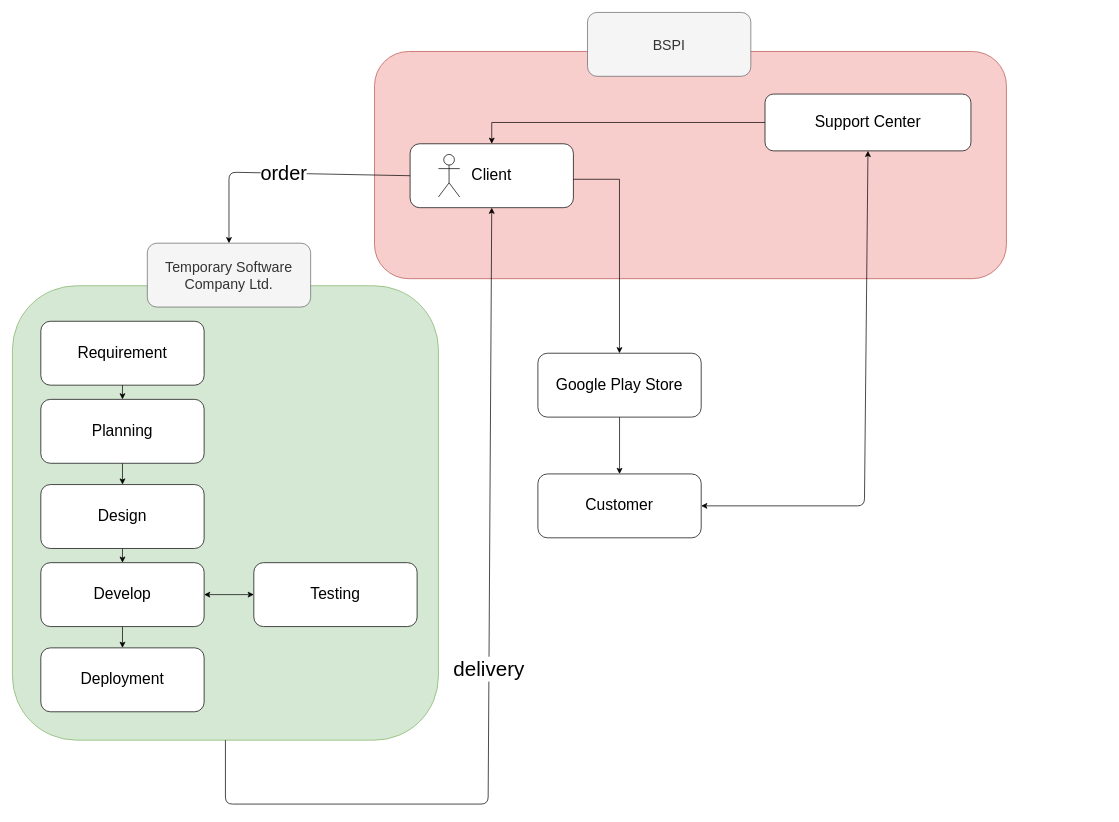
Above: BSPI.drawio in jamilxt/android_workshop_bspi (draw.io), before the change. Source tidied: cells renumbered, new cells numbered last; positions are measured from the earlier drawing's top-left corner, leaving out a move shared by most shapes. Both pictures are drawn from the tidied source at 71%, with x=0, y=0 at pixel (12, 12).
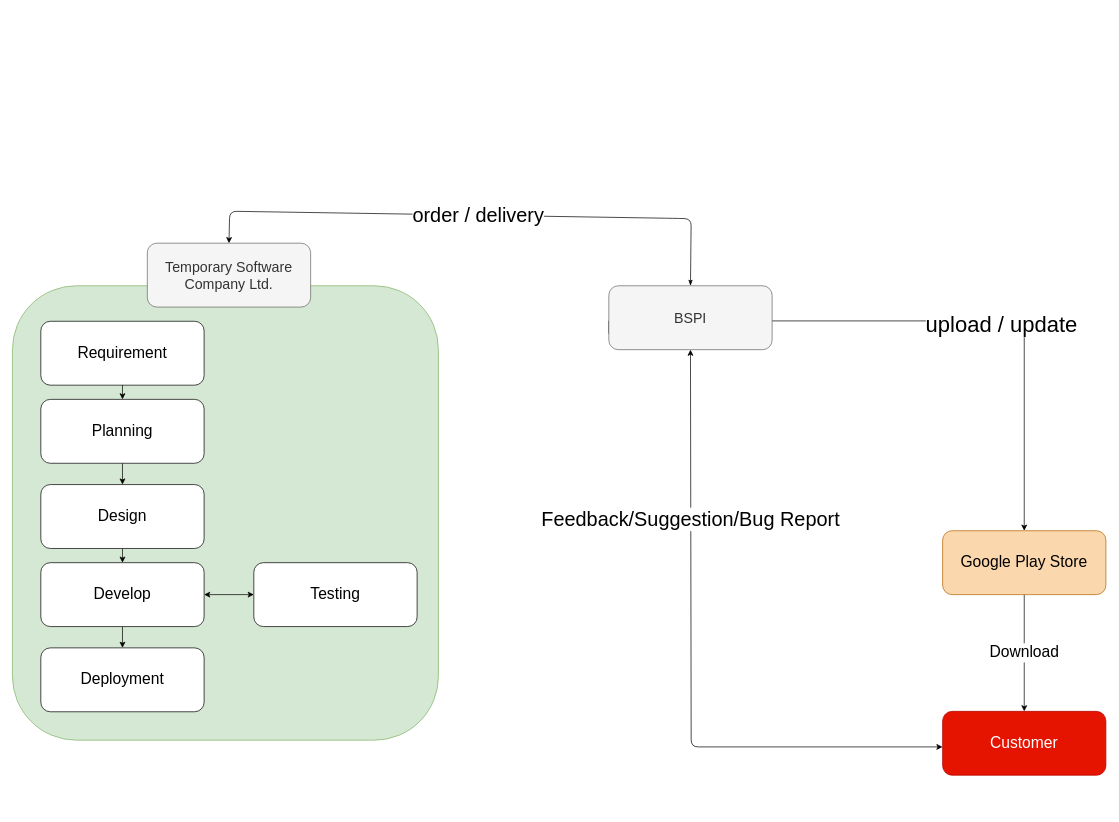
The same page after the edit.

The change refers to these unchanged cells:
```xml
<mxCell id="3" style="rounded=1;whiteSpace=wrap;html=1;fillColor=#d5e8d4;strokeColor=#82b366;" parent="1" vertex="1">
  <mxGeometry y="385" width="600" height="640" as="geometry" />
</mxCell>
<mxCell id="4" value="Temporary Software Company Ltd." style="rounded=1;whiteSpace=wrap;html=1;fontSize=20;fillColor=#f5f5f5;strokeColor=#666666;fontColor=#333333;" parent="1" vertex="1">
  <mxGeometry x="190" y="325" width="230" height="90" as="geometry" />
</mxCell>
```

Diff of the diagram source:
```diff
@@
-    <mxCell id="2" style="rounded=1;whiteSpace=wrap;html=1;fontSize=22;fillColor=#f8cecc;strokeColor=#b85450;" parent="1" vertex="1">
-      <mxGeometry x="510" y="55" width="890" height="320" as="geometry" />
-    </mxCell>
+    <mxCell id="28" value="upload / update" style="edgeStyle=orthogonalEdgeStyle;rounded=0;jettySize=auto;html=1;entryX=0.5;entryY=0;entryDx=0;entryDy=0;fontSize=31;exitX=0;exitY=0.75;exitDx=0;exitDy=0;" parent="1" edge="1" source="26" target="18">
+      <mxGeometry x="0.27" y="-4" relative="1" as="geometry">
+        <Array as="points">
+          <mxPoint x="840" y="434.5" />
+          <mxPoint x="1426" y="434.5" />
+        </Array>
+      </mxGeometry>
+    </mxCell>
@@
-    <mxCell id="15" style="edgeStyle=orthogonalEdgeStyle;rounded=0;jettySize=auto;html=1;" parent="1" edge="1" target="18">
-      <mxGeometry relative="1" as="geometry">
-        <mxPoint x="675" y="265" as="sourcePoint" />
-        <Array as="points">
-          <mxPoint x="675" y="235" />
-          <mxPoint x="855" y="235" />
-        </Array>
-      </mxGeometry>
-    </mxCell>
-    <mxCell id="16" value="Client" style="rounded=1;whiteSpace=wrap;html=1;fontSize=22;" parent="1" vertex="1">
-      <mxGeometry x="560.1" y="185" width="230" height="90" as="geometry" />
-    </mxCell>
-    <mxCell id="17" style="edgeStyle=orthogonalEdgeStyle;rounded=0;jettySize=auto;html=1;" parent="1" edge="1" source="18" target="19">
+    <mxCell id="17" value="Download" style="edgeStyle=orthogonalEdgeStyle;rounded=0;jettySize=auto;html=1;fontSize=22;" parent="1" edge="1" source="18" target="19">
       <mxGeometry relative="1" as="geometry" />
     </mxCell>
-    <mxCell id="18" value="&lt;div style=&quot;font-size: 22px;&quot;&gt;Google Play Store&lt;/div&gt;" style="rounded=1;whiteSpace=wrap;html=1;fontSize=22;" parent="1" vertex="1">
-      <mxGeometry x="740.1" y="480" width="230" height="90" as="geometry" />
+    <mxCell id="18" value="&lt;div style=&quot;font-size: 22px;&quot;&gt;Google Play Store&lt;/div&gt;" style="rounded=1;whiteSpace=wrap;html=1;fontSize=22;fillColor=#fad7ac;strokeColor=#b46504;" parent="1" vertex="1">
+      <mxGeometry x="1310.1" y="730" width="230" height="90" as="geometry" />
     </mxCell>
-    <mxCell id="19" value="Customer" style="rounded=1;whiteSpace=wrap;html=1;fontSize=22;" parent="1" vertex="1">
-      <mxGeometry x="740.1" y="650" width="230" height="90" as="geometry" />
+    <mxCell id="19" value="Customer" style="rounded=1;whiteSpace=wrap;html=1;fontSize=22;fillColor=#e51400;strokeColor=#B20000;fontColor=#ffffff;" parent="1" vertex="1">
+      <mxGeometry x="1310.1" y="984.4" width="230" height="90" as="geometry" />
     </mxCell>
-    <mxCell id="20" value="order" style="endArrow=classic;html=1;exitX=0;exitY=0.5;exitDx=0;exitDy=0;entryX=0.5;entryY=0;entryDx=0;entryDy=0;fontSize=28;" parent="1" edge="1" source="16" target="4">
+    <mxCell id="20" value="order / delivery" style="endArrow=classic;html=1;exitX=0.5;exitY=0;exitDx=0;exitDy=0;entryX=0.5;entryY=0;entryDx=0;entryDy=0;fontSize=28;startArrow=classicThin;startFill=1;" parent="1" edge="1" source="26" target="4">
       <mxGeometry relative="1" as="geometry">
         <Array as="points">
-          <mxPoint x="305" y="225" />
+          <mxPoint x="956" y="290.5" />
+          <mxPoint x="930" y="290" />
+          <mxPoint x="306" y="280" />
         </Array>
       </mxGeometry>
     </mxCell>
-    <mxCell id="21" value="delivery" style="endArrow=classic;html=1;exitX=0.5;exitY=1;exitDx=0;exitDy=0;entryX=0.5;entryY=1;entryDx=0;entryDy=0;fontSize=29;" parent="1" edge="1" source="3" target="16">
-      <mxGeometry relative="1" as="geometry">
-        <Array as="points">
-          <mxPoint x="300" y="1115" />
-          <mxPoint x="670" y="1115" />
-        </Array>
-      </mxGeometry>
-    </mxCell>
@@
-    <mxCell id="23" style="edgeStyle=orthogonalEdgeStyle;rounded=0;jettySize=auto;html=1;exitX=0;exitY=0.5;exitDx=0;exitDy=0;entryX=0.5;entryY=0;entryDx=0;entryDy=0;fontSize=22;" parent="1" edge="1" source="24" target="16">
-      <mxGeometry relative="1" as="geometry" />
-    </mxCell>
-    <mxCell id="24" value="&lt;div&gt;Support Center&lt;/div&gt;" style="rounded=1;whiteSpace=wrap;html=1;fontSize=22;" parent="1" vertex="1">
-      <mxGeometry x="1060" y="115" width="290" height="80" as="geometry" />
-    </mxCell>
-    <mxCell id="25" style="endArrow=classic;startArrow=classic;html=1;fontSize=22;entryX=1;entryY=0.5;entryDx=0;entryDy=0;exitX=0.5;exitY=1;exitDx=0;exitDy=0;" parent="1" edge="1" source="24" target="19">
-      <mxGeometry relative="1" as="geometry">
+    <mxCell id="25" value="Feedback/Suggestion/Bug Report" style="endArrow=classic;startArrow=classic;html=1;fontSize=28;exitX=0.5;exitY=1;exitDx=0;exitDy=0;" parent="1" edge="1" source="26">
+      <mxGeometry x="-0.48" relative="1" as="geometry">
+        <mxPoint x="1310" y="1034.5" as="targetPoint" />
         <Array as="points">
-          <mxPoint x="1200" y="695" />
+          <mxPoint x="956" y="1034.5" />
         </Array>
+        <mxPoint y="1" as="offset" />
       </mxGeometry>
     </mxCell>
     <mxCell id="26" value="BSPI" style="rounded=1;whiteSpace=wrap;html=1;fontSize=20;fillColor=#f5f5f5;strokeColor=#666666;fontColor=#333333;" parent="1" vertex="1">
-      <mxGeometry x="810" width="230" height="90" as="geometry" />
+      <mxGeometry x="840" y="385" width="230" height="90" as="geometry" />
     </mxCell>
-    <mxCell id="27" style="shape=umlActor;verticalLabelPosition=bottom;labelBackgroundColor=#ffffff;verticalAlign=top;html=1;" parent="1" vertex="1">
-      <mxGeometry x="600" y="200" width="30" height="60" as="geometry" />
-    </mxCell>
```
